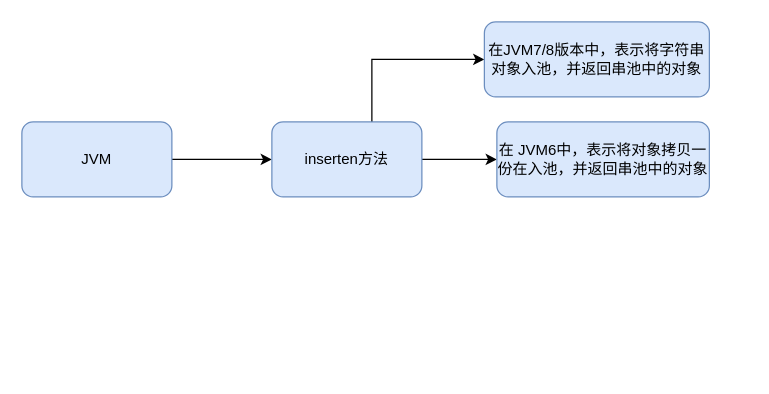
This is Untitled Diagram.drawio from kusuzi/LearnJava, a draw.io file, before an edit. Source tidied: cells renumbered, new cells numbered last; positions are measured from the earlier drawing's top-left corner, leaving out a move shared by most shapes. Both pictures are drawn from the tidied source at 125%, with x=0, y=0 at pixel (21, 21).
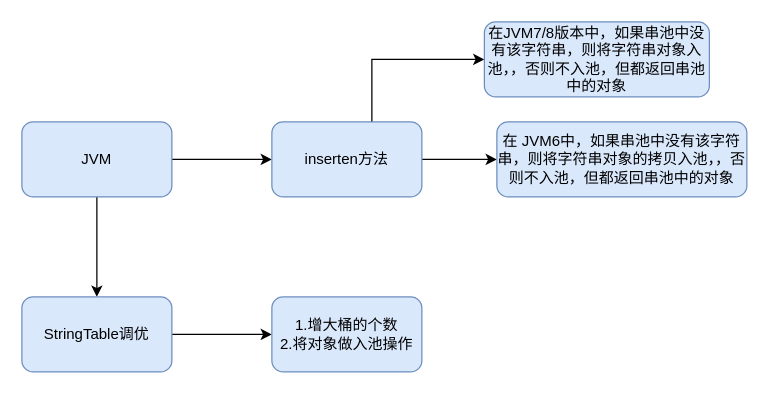
The same page after the edit.

What changed in the source:
```diff
@@
 <mxGraphModel>
   <root>
     <mxCell id="0" />
     <mxCell id="1" parent="0" />
     <mxCell id="2" style="edgeStyle=orthogonalEdgeStyle;rounded=0;jettySize=auto;html=1;" parent="1" edge="1" source="3" target="6">
       <mxGeometry relative="1" as="geometry" />
     </mxCell>
+    <mxCell id="9" style="edgeStyle=orthogonalEdgeStyle;rounded=0;jettySize=auto;html=1;" parent="1" edge="1" source="3" target="11">
+      <mxGeometry relative="1" as="geometry" />
+    </mxCell>
     <mxCell id="3" value="JVM" style="rounded=1;whiteSpace=wrap;html=1;fillColor=#dae8fc;strokeColor=#6c8ebf;" parent="1" vertex="1">
       <mxGeometry y="80" width="120" height="60" as="geometry" />
     </mxCell>
     <mxCell id="4" style="edgeStyle=orthogonalEdgeStyle;rounded=0;jettySize=auto;html=1;" parent="1" edge="1" source="6" target="7">
       <mxGeometry relative="1" as="geometry">
         <Array as="points">
           <mxPoint x="280" y="30" />
         </Array>
       </mxGeometry>
     </mxCell>
     <mxCell id="5" style="edgeStyle=orthogonalEdgeStyle;rounded=0;jettySize=auto;html=1;" parent="1" edge="1" source="6" target="8">
       <mxGeometry relative="1" as="geometry" />
     </mxCell>
     <mxCell id="6" value="inserten方法" style="whiteSpace=wrap;html=1;rounded=1;strokeColor=#6c8ebf;fillColor=#dae8fc;" parent="1" vertex="1">
       <mxGeometry x="200" y="80" width="120" height="60" as="geometry" />
     </mxCell>
-    <mxCell id="7" value="在JVM7/8版本中，表示将字符串对象入池，并返回串池中的对象" style="whiteSpace=wrap;html=1;rounded=1;strokeColor=#6c8ebf;fillColor=#dae8fc;" parent="1" vertex="1">
+    <mxCell id="7" value="在JVM7/8版本中，如果串池中没有该字符串，则将字符串对象入池，，否则不入池，但都返回串池中的对象" style="whiteSpace=wrap;html=1;rounded=1;strokeColor=#6c8ebf;fillColor=#dae8fc;" parent="1" vertex="1">
       <mxGeometry x="370" width="180" height="60" as="geometry" />
     </mxCell>
-    <mxCell id="8" value="在 JVM6中，表示将对象拷贝一份在入池，并返回串池中的对象" style="whiteSpace=wrap;html=1;rounded=1;strokeColor=#6c8ebf;fillColor=#dae8fc;" parent="1" vertex="1">
-      <mxGeometry x="380" y="80" width="170" height="60" as="geometry" />
+    <mxCell id="8" value="在 JVM6中，如果串池中没有该字符串，则将字符串对象的拷贝入池，，否则不入池，但都返回串池中的对象" style="whiteSpace=wrap;html=1;rounded=1;strokeColor=#6c8ebf;fillColor=#dae8fc;" parent="1" vertex="1">
+      <mxGeometry x="380" y="80" width="200" height="60" as="geometry" />
     </mxCell>
+    <mxCell id="10" style="edgeStyle=orthogonalEdgeStyle;rounded=0;jettySize=auto;html=1;" parent="1" edge="1" source="11" target="12">
+      <mxGeometry relative="1" as="geometry" />
+    </mxCell>
+    <mxCell id="11" value="StringTable调优" style="whiteSpace=wrap;html=1;rounded=1;strokeColor=#6c8ebf;fillColor=#dae8fc;" parent="1" vertex="1">
+      <mxGeometry y="220" width="120" height="60" as="geometry" />
+    </mxCell>
+    <mxCell id="12" value="1.增大桶的个数&lt;br&gt;2.将对象做入池操作&lt;br&gt;" style="whiteSpace=wrap;html=1;rounded=1;strokeColor=#6c8ebf;fillColor=#dae8fc;" parent="1" vertex="1">
+      <mxGeometry x="200" y="220" width="120" height="60" as="geometry" />
+    </mxCell>
   </root>
 </mxGraphModel>
```
